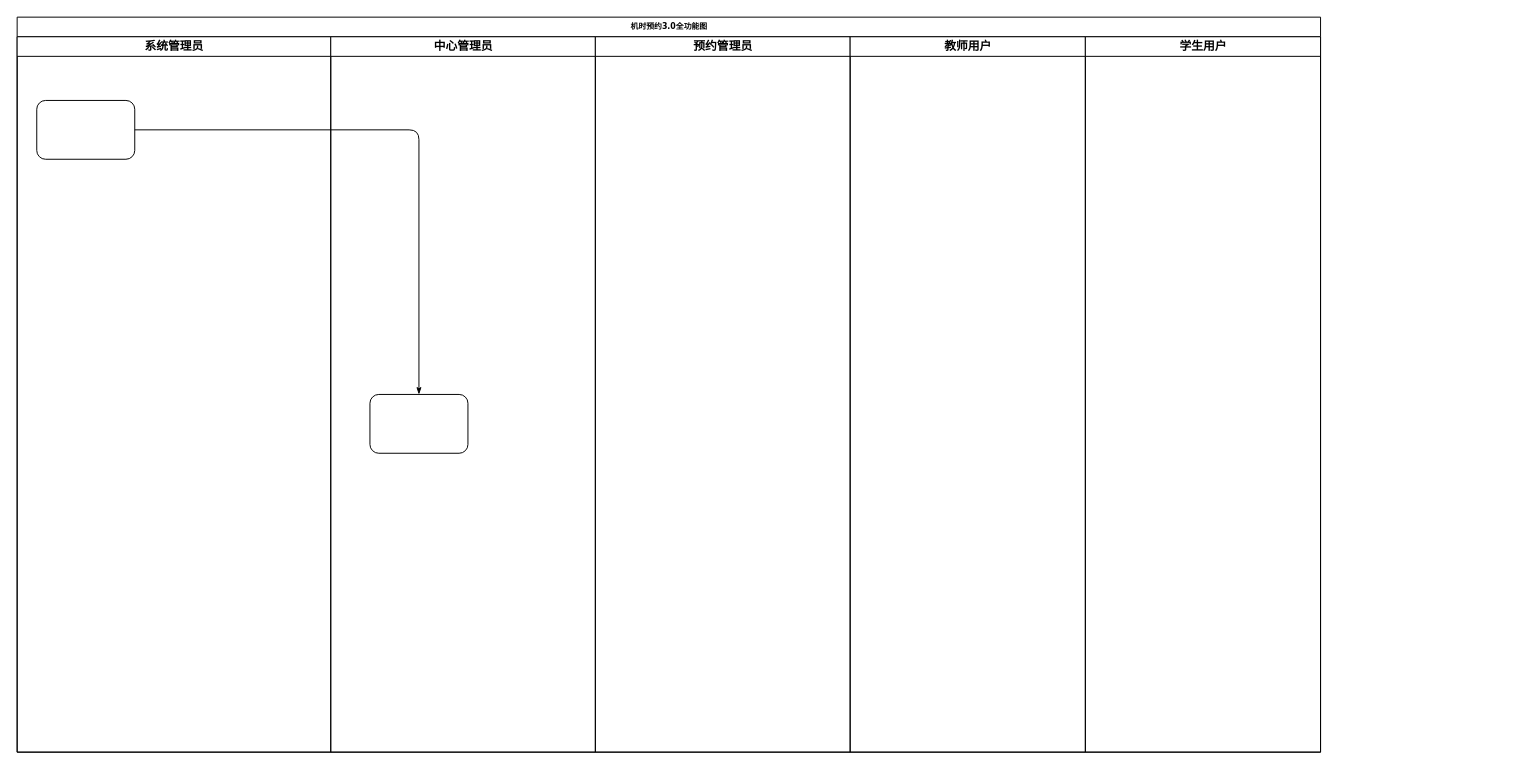
Above: 未命名表单.drawio in wilesanGH/chaincode_demo (draw.io), before the change. Source tidied: cells renumbered, new cells numbered last; positions are measured from the earlier drawing's top-left corner, leaving out a move shared by most shapes. Both pictures are drawn from the tidied source at 98%, with x=0, y=0 at pixel (17, 17).
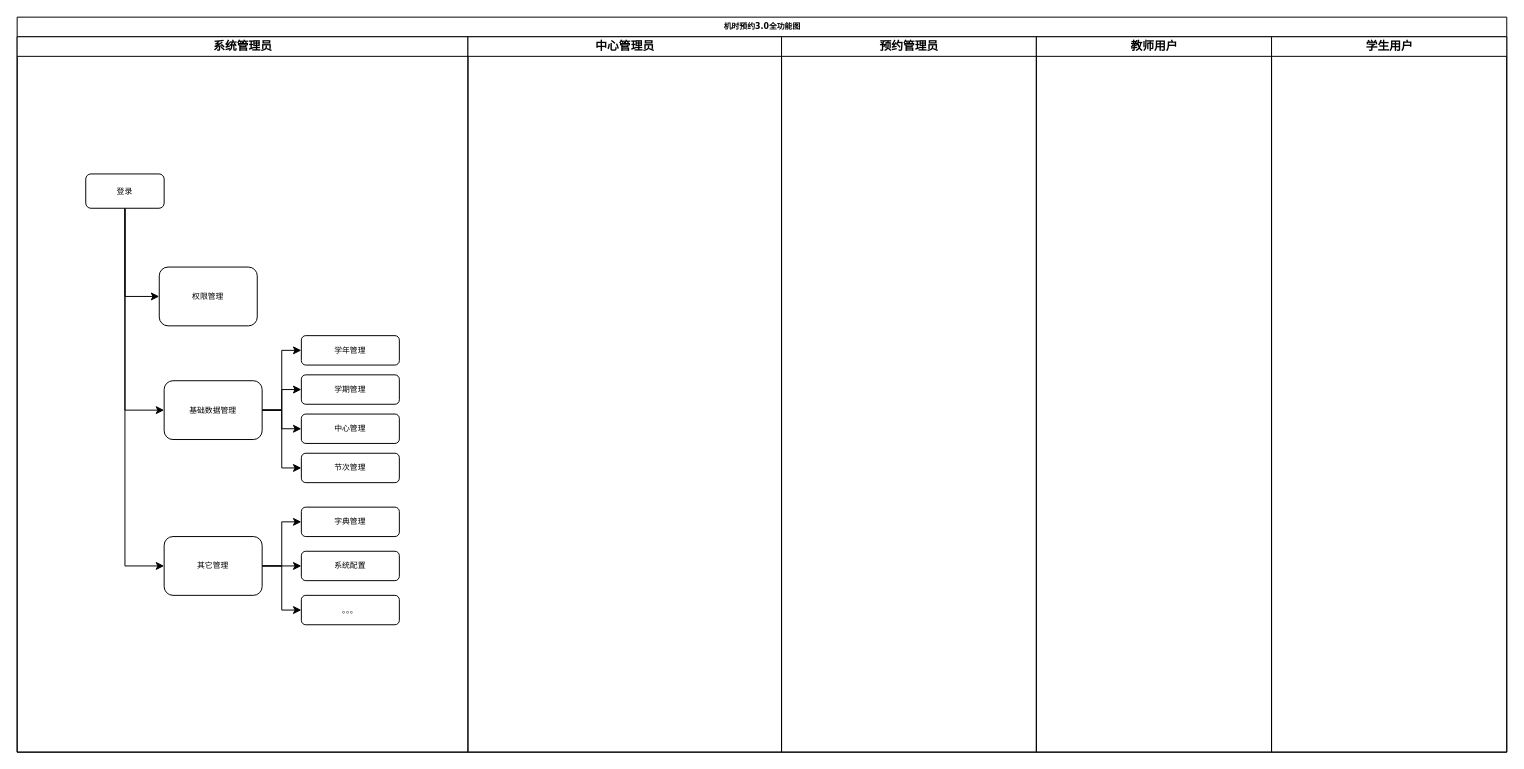
The same diagram, later.

Commit message (it also covers changes not shown here):
更新未命名表单.drawio

Diff of the diagram source:
```diff
@@
     <mxCell id="2" value="机时预约3.0全功能图" style="swimlane;html=1;startSize=20;rounded=0;shadow=0;labelBackgroundColor=none;strokeColor=#000000;strokeWidth=1;fillColor=#ffffff;fontFamily=Verdana;fontSize=8;fontColor=#000000;align=center;" parent="1" vertex="1">
-      <mxGeometry width="1330" height="750" as="geometry" />
+      <mxGeometry width="1520" height="750" as="geometry" />
     </mxCell>
     <mxCell id="3" value="系统管理员" style="swimlane;html=1;startSize=20;" parent="2" vertex="1">
-      <mxGeometry y="20" width="320" height="730" as="geometry" />
+      <mxGeometry y="20" width="460" height="730" as="geometry" />
     </mxCell>
+    <mxCell id="5" style="edgeStyle=orthogonalEdgeStyle;rounded=0;jettySize=auto;html=1;exitX=0.5;exitY=1;exitDx=0;exitDy=0;entryX=0;entryY=0.5;entryDx=0;entryDy=0;" parent="3" edge="1" source="4" target="7">
+      <mxGeometry relative="1" as="geometry" />
+    </mxCell>
+    <mxCell id="11" style="edgeStyle=orthogonalEdgeStyle;rounded=0;jettySize=auto;html=1;exitX=0.5;exitY=1;exitDx=0;exitDy=0;entryX=0;entryY=0.5;entryDx=0;entryDy=0;" parent="3" edge="1" source="4" target="17">
+      <mxGeometry relative="1" as="geometry" />
+    </mxCell>
+    <mxCell id="12" style="edgeStyle=orthogonalEdgeStyle;rounded=0;jettySize=auto;html=1;exitX=0.5;exitY=1;exitDx=0;exitDy=0;entryX=0;entryY=0.5;entryDx=0;entryDy=0;" parent="3" edge="1" source="4" target="22">
+      <mxGeometry relative="1" as="geometry" />
+    </mxCell>
-    <mxCell id="4" style="rounded=1;whiteSpace=wrap;html=1;shadow=0;labelBackgroundColor=none;strokeColor=#000000;strokeWidth=1;fillColor=#ffffff;fontFamily=Verdana;fontSize=8;fontColor=#000000;align=center;" parent="3" vertex="1">
-      <mxGeometry x="20" y="65" width="100" height="60" as="geometry" />
+    <mxCell id="4" value="登录" style="rounded=1;whiteSpace=wrap;html=1;shadow=0;labelBackgroundColor=none;strokeColor=#000000;strokeWidth=1;fillColor=#ffffff;fontFamily=Verdana;fontSize=8;fontColor=#000000;align=center;" parent="3" vertex="1">
+      <mxGeometry x="70" y="140" width="80" height="35" as="geometry" />
     </mxCell>
-    <mxCell id="5" style="edgeStyle=orthogonalEdgeStyle;rounded=1;html=1;labelBackgroundColor=none;startArrow=none;startFill=0;startSize=5;endArrow=classicThin;endFill=1;endSize=5;jettySize=auto;strokeColor=#000000;strokeWidth=1;fontFamily=Verdana;fontSize=8;fontColor=#000000;" parent="2" edge="1" source="4" target="7">
-      <mxGeometry relative="1" as="geometry" />
-    </mxCell>
+    <mxCell id="7" value="权限管理" style="rounded=1;whiteSpace=wrap;html=1;shadow=0;labelBackgroundColor=none;strokeColor=#000000;strokeWidth=1;fillColor=#ffffff;fontFamily=Verdana;fontSize=8;fontColor=#000000;align=center;" parent="3" vertex="1">
+      <mxGeometry x="145" y="235" width="100" height="60" as="geometry" />
+    </mxCell>
+    <mxCell id="13" style="edgeStyle=orthogonalEdgeStyle;rounded=0;jettySize=auto;html=1;entryX=0;entryY=0.5;entryDx=0;entryDy=0;" parent="3" edge="1" source="17" target="18">
+      <mxGeometry relative="1" as="geometry" />
+    </mxCell>
+    <mxCell id="14" style="edgeStyle=orthogonalEdgeStyle;rounded=0;jettySize=auto;html=1;entryX=0;entryY=0.5;entryDx=0;entryDy=0;" parent="3" edge="1" source="17" target="23">
+      <mxGeometry relative="1" as="geometry" />
+    </mxCell>
+    <mxCell id="15" style="edgeStyle=orthogonalEdgeStyle;rounded=0;jettySize=auto;html=1;exitX=1;exitY=0.5;exitDx=0;exitDy=0;entryX=0;entryY=0.5;entryDx=0;entryDy=0;" parent="3" edge="1" source="17" target="24">
+      <mxGeometry relative="1" as="geometry" />
+    </mxCell>
+    <mxCell id="16" style="edgeStyle=orthogonalEdgeStyle;rounded=0;jettySize=auto;html=1;exitX=1;exitY=0.5;exitDx=0;exitDy=0;entryX=0;entryY=0.5;entryDx=0;entryDy=0;" parent="3" edge="1" source="17" target="25">
+      <mxGeometry relative="1" as="geometry" />
+    </mxCell>
+    <mxCell id="17" value="基础数据管理" style="rounded=1;whiteSpace=wrap;html=1;shadow=0;labelBackgroundColor=none;strokeColor=#000000;strokeWidth=1;fillColor=#ffffff;fontFamily=Verdana;fontSize=8;fontColor=#000000;align=center;" parent="3" vertex="1">
+      <mxGeometry x="150" y="351" width="100" height="60" as="geometry" />
+    </mxCell>
+    <mxCell id="18" value="学年管理" style="rounded=1;whiteSpace=wrap;html=1;shadow=0;labelBackgroundColor=none;strokeColor=#000000;strokeWidth=1;fillColor=#ffffff;fontFamily=Verdana;fontSize=8;fontColor=#000000;align=center;" parent="3" vertex="1">
+      <mxGeometry x="290" y="305" width="100" height="30" as="geometry" />
+    </mxCell>
+    <mxCell id="19" style="edgeStyle=orthogonalEdgeStyle;rounded=0;jettySize=auto;html=1;exitX=1;exitY=0.5;exitDx=0;exitDy=0;entryX=0;entryY=0.5;entryDx=0;entryDy=0;" parent="3" edge="1" source="22" target="26">
+      <mxGeometry relative="1" as="geometry" />
+    </mxCell>
+    <mxCell id="20" style="edgeStyle=orthogonalEdgeStyle;rounded=0;jettySize=auto;html=1;exitX=1;exitY=0.5;exitDx=0;exitDy=0;entryX=0;entryY=0.5;entryDx=0;entryDy=0;" parent="3" edge="1" source="22" target="27">
+      <mxGeometry relative="1" as="geometry" />
+    </mxCell>
+    <mxCell id="21" style="edgeStyle=orthogonalEdgeStyle;rounded=0;jettySize=auto;html=1;exitX=1;exitY=0.5;exitDx=0;exitDy=0;entryX=0;entryY=0.5;entryDx=0;entryDy=0;" parent="3" edge="1" source="22" target="28">
+      <mxGeometry relative="1" as="geometry" />
+    </mxCell>
+    <mxCell id="22" value="其它管理" style="rounded=1;whiteSpace=wrap;html=1;shadow=0;labelBackgroundColor=none;strokeColor=#000000;strokeWidth=1;fillColor=#ffffff;fontFamily=Verdana;fontSize=8;fontColor=#000000;align=center;" parent="3" vertex="1">
+      <mxGeometry x="150" y="510" width="100" height="60" as="geometry" />
+    </mxCell>
+    <mxCell id="23" value="学期管理" style="rounded=1;whiteSpace=wrap;html=1;shadow=0;labelBackgroundColor=none;strokeColor=#000000;strokeWidth=1;fillColor=#ffffff;fontFamily=Verdana;fontSize=8;fontColor=#000000;align=center;" parent="3" vertex="1">
+      <mxGeometry x="290" y="345" width="100" height="30" as="geometry" />
+    </mxCell>
+    <mxCell id="24" value="中心管理" style="rounded=1;whiteSpace=wrap;html=1;shadow=0;labelBackgroundColor=none;strokeColor=#000000;strokeWidth=1;fillColor=#ffffff;fontFamily=Verdana;fontSize=8;fontColor=#000000;align=center;" parent="3" vertex="1">
+      <mxGeometry x="290" y="385" width="100" height="30" as="geometry" />
+    </mxCell>
+    <mxCell id="25" value="节次管理" style="rounded=1;whiteSpace=wrap;html=1;shadow=0;labelBackgroundColor=none;strokeColor=#000000;strokeWidth=1;fillColor=#ffffff;fontFamily=Verdana;fontSize=8;fontColor=#000000;align=center;" parent="3" vertex="1">
+      <mxGeometry x="290" y="425" width="100" height="30" as="geometry" />
+    </mxCell>
+    <mxCell id="26" value="字典管理" style="rounded=1;whiteSpace=wrap;html=1;shadow=0;labelBackgroundColor=none;strokeColor=#000000;strokeWidth=1;fillColor=#ffffff;fontFamily=Verdana;fontSize=8;fontColor=#000000;align=center;" parent="3" vertex="1">
+      <mxGeometry x="290" y="480" width="100" height="30" as="geometry" />
+    </mxCell>
+    <mxCell id="27" value="系统配置" style="rounded=1;whiteSpace=wrap;html=1;shadow=0;labelBackgroundColor=none;strokeColor=#000000;strokeWidth=1;fillColor=#ffffff;fontFamily=Verdana;fontSize=8;fontColor=#000000;align=center;" parent="3" vertex="1">
+      <mxGeometry x="290" y="525" width="100" height="30" as="geometry" />
+    </mxCell>
+    <mxCell id="28" value="。。。" style="rounded=1;whiteSpace=wrap;html=1;shadow=0;labelBackgroundColor=none;strokeColor=#000000;strokeWidth=1;fillColor=#ffffff;fontFamily=Verdana;fontSize=8;fontColor=#000000;align=center;" parent="3" vertex="1">
+      <mxGeometry x="290" y="570" width="100" height="30" as="geometry" />
+    </mxCell>
     <mxCell id="6" value="中心管理员" style="swimlane;html=1;startSize=20;" parent="2" vertex="1">
-      <mxGeometry x="320" y="20" width="270" height="730" as="geometry" />
+      <mxGeometry x="460" y="20" width="320" height="730" as="geometry" />
     </mxCell>
-    <mxCell id="7" style="rounded=1;whiteSpace=wrap;html=1;shadow=0;labelBackgroundColor=none;strokeColor=#000000;strokeWidth=1;fillColor=#ffffff;fontFamily=Verdana;fontSize=8;fontColor=#000000;align=center;" parent="6" vertex="1">
-      <mxGeometry x="40" y="365" width="100" height="60" as="geometry" />
-    </mxCell>
     <mxCell id="8" value="预约管理员" style="swimlane;html=1;startSize=20;" parent="2" vertex="1">
-      <mxGeometry x="590" y="20" width="260" height="730" as="geometry" />
+      <mxGeometry x="780" y="20" width="260" height="730" as="geometry" />
     </mxCell>
     <mxCell id="9" value="教师用户" style="swimlane;html=1;startSize=20;" parent="2" vertex="1">
-      <mxGeometry x="850" y="20" width="240" height="730" as="geometry" />
+      <mxGeometry x="1040" y="20" width="240" height="730" as="geometry" />
     </mxCell>
     <mxCell id="10" value="学生用户" style="swimlane;html=1;startSize=20;" parent="2" vertex="1">
-      <mxGeometry x="1090" y="20" width="240" height="730" as="geometry" />
+      <mxGeometry x="1280" y="20" width="240" height="730" as="geometry" />
     </mxCell>
```
